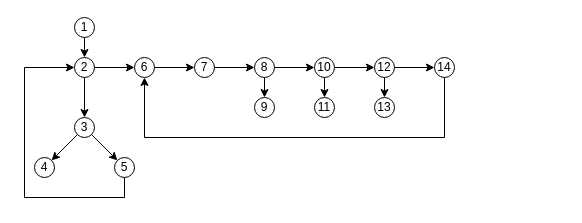
Above: DZ3.drawio in DMfananddu/Computing-Facilities-AIPCS (draw.io), before the change. Source tidied: cells renumbered, new cells numbered last; positions are measured from the earlier drawing's top-left corner, leaving out a move shared by most shapes. Both pictures are drawn from the tidied source at 100%, with x=0, y=0 at pixel (24, 17).
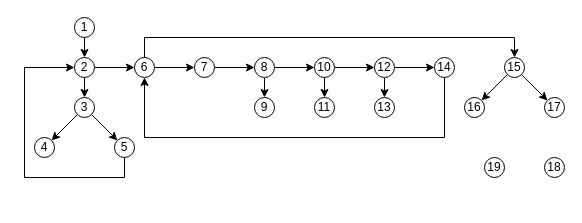
The same diagram, later.

The change refers to these unchanged cells:
```xml
<mxCell id="6" value="2" style="ellipse;whiteSpace=wrap;html=1;" parent="1" vertex="1">
  <mxGeometry x="50" y="40" width="20" height="20" as="geometry" />
</mxCell>
<mxCell id="14" value="6" style="ellipse;whiteSpace=wrap;html=1;" parent="1" vertex="1">
  <mxGeometry x="110" y="40" width="20" height="20" as="geometry" />
</mxCell>
```

The edit, as a diff of the source:
```diff
@@
     <mxCell id="9" value="3" style="ellipse;whiteSpace=wrap;html=1;" parent="1" vertex="1">
-      <mxGeometry x="50" y="100" width="20" height="20" as="geometry" />
+      <mxGeometry x="50" y="80" width="20" height="20" as="geometry" />
     </mxCell>
     <mxCell id="10" style="edgeStyle=none;rounded=0;jettySize=auto;html=1;exitX=0.5;exitY=1;exitDx=0;exitDy=0;entryX=0;entryY=0.5;entryDx=0;entryDy=0;" parent="1" edge="1" source="11" target="6">
       <mxGeometry relative="1" as="geometry">
         <Array as="points">
-          <mxPoint x="100" y="180" />
-          <mxPoint y="180" />
+          <mxPoint x="100" y="160" />
+          <mxPoint y="160" />
           <mxPoint y="50" />
         </Array>
       </mxGeometry>
     </mxCell>
     <mxCell id="11" value="5" style="ellipse;whiteSpace=wrap;html=1;" parent="1" vertex="1">
-      <mxGeometry x="90" y="140" width="20" height="20" as="geometry" />
+      <mxGeometry x="90" y="120" width="20" height="20" as="geometry" />
     </mxCell>
     <mxCell id="12" value="4" style="ellipse;whiteSpace=wrap;html=1;" parent="1" vertex="1">
-      <mxGeometry x="10" y="140" width="20" height="20" as="geometry" />
+      <mxGeometry x="10" y="120" width="20" height="20" as="geometry" />
     </mxCell>
@@
+    <mxCell id="31" style="edgeStyle=none;rounded=0;jettySize=auto;html=1;exitX=0.5;exitY=0;exitDx=0;exitDy=0;entryX=0.5;entryY=0;entryDx=0;entryDy=0;" parent="1" edge="1" source="14" target="34">
+      <mxGeometry relative="1" as="geometry">
+        <Array as="points">
+          <mxPoint x="120" y="20" />
+          <mxPoint x="490" y="20" />
+        </Array>
+      </mxGeometry>
+    </mxCell>
@@
+    <mxCell id="32" style="edgeStyle=none;rounded=0;jettySize=auto;html=1;exitX=0;exitY=1;exitDx=0;exitDy=0;entryX=1;entryY=0;entryDx=0;entryDy=0;" parent="1" edge="1" source="34" target="35">
+      <mxGeometry relative="1" as="geometry" />
+    </mxCell>
+    <mxCell id="33" style="edgeStyle=none;rounded=0;jettySize=auto;html=1;exitX=1;exitY=1;exitDx=0;exitDy=0;entryX=0;entryY=0;entryDx=0;entryDy=0;" parent="1" edge="1" source="34" target="36">
+      <mxGeometry relative="1" as="geometry" />
+    </mxCell>
+    <mxCell id="34" value="15" style="ellipse;whiteSpace=wrap;html=1;" parent="1" vertex="1">
+      <mxGeometry x="480" y="40" width="20" height="20" as="geometry" />
+    </mxCell>
+    <mxCell id="35" value="16" style="ellipse;whiteSpace=wrap;html=1;" parent="1" vertex="1">
+      <mxGeometry x="440" y="80" width="20" height="20" as="geometry" />
+    </mxCell>
+    <mxCell id="36" value="17" style="ellipse;whiteSpace=wrap;html=1;" parent="1" vertex="1">
+      <mxGeometry x="520" y="80" width="20" height="20" as="geometry" />
+    </mxCell>
+    <mxCell id="37" value="18" style="ellipse;whiteSpace=wrap;html=1;" parent="1" vertex="1">
+      <mxGeometry x="520" y="140" width="20" height="20" as="geometry" />
+    </mxCell>
+    <mxCell id="38" value="19" style="ellipse;whiteSpace=wrap;html=1;" parent="1" vertex="1">
+      <mxGeometry x="460" y="140" width="20" height="20" as="geometry" />
+    </mxCell>
```
